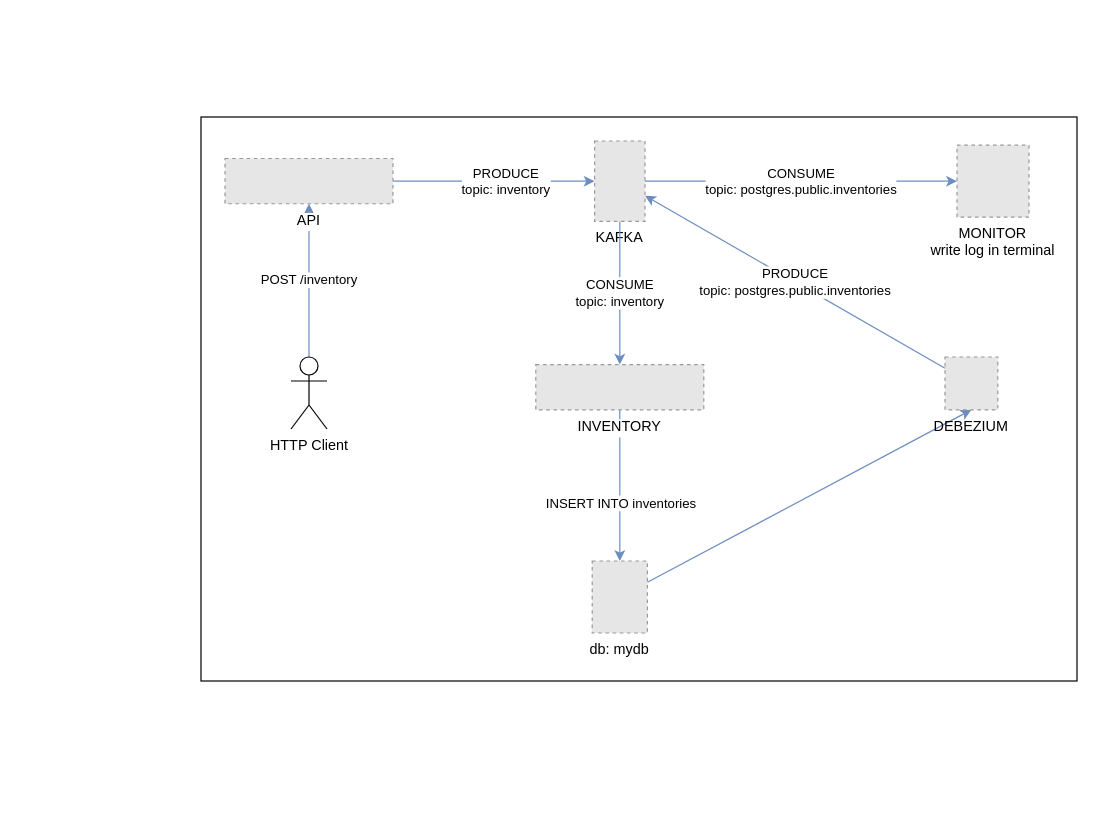
rgomide/systems-integration-with-kafka keeps this draw.io diagram as assets/diagram/systemArchitecture.drawio. Above is the earlier version. Source tidied: cells renumbered, new cells numbered last; positions are measured from the earlier drawing's top-left corner, leaving out a move shared by most shapes. Both pictures are drawn from the tidied source at 120%, with x=0, y=0 at pixel (200, 116). Pictures stored in the file or linked from it are replaced by grey dashed boxes.
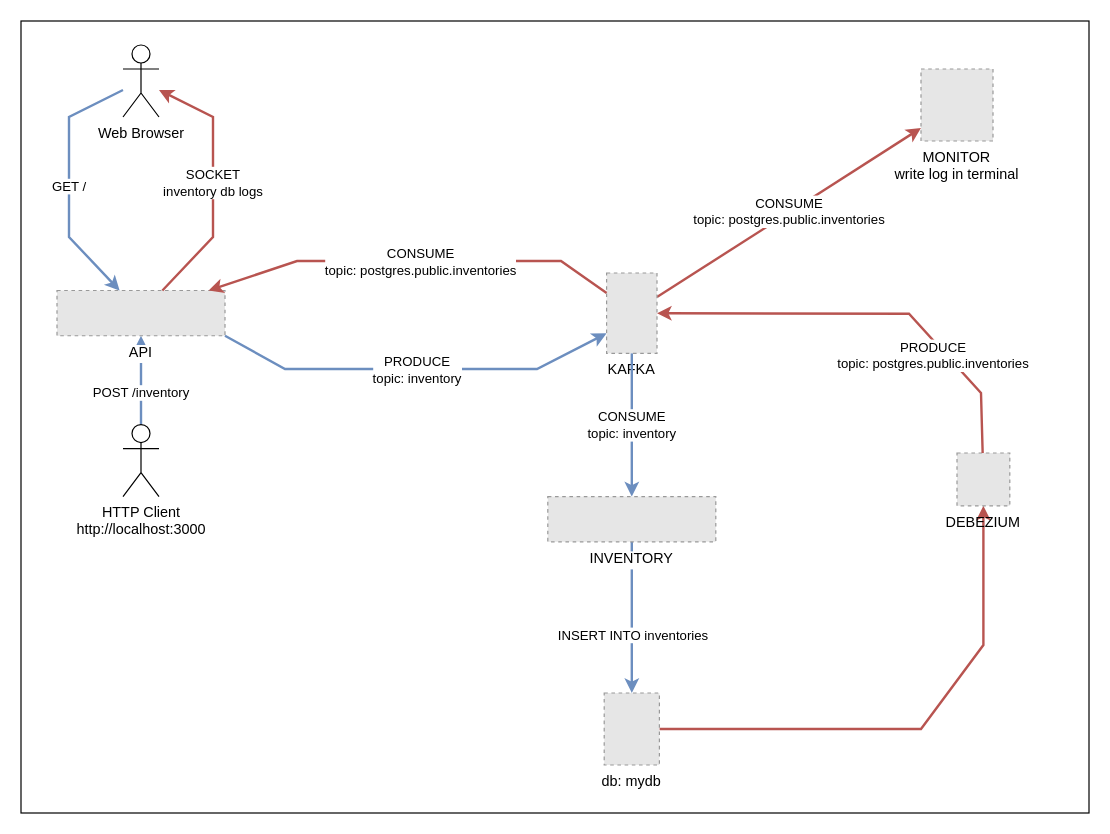
The same page after the edit.

The edit, as a diff of the source:
```diff
@@
-    <mxCell id="2" style="rounded=0;whiteSpace=wrap;html=1;" parent="1" vertex="1">
-      <mxGeometry width="730" height="470" as="geometry" />
-    </mxCell>
+    <mxCell id="18" style="rounded=0;whiteSpace=wrap;html=1;" parent="1" vertex="1">
+      <mxGeometry x="-150" y="-80" width="890" height="660" as="geometry" />
+    </mxCell>
-    <mxCell id="3" style="rounded=0;jettySize=auto;html=1;entryX=0.5;entryY=1;entryDx=0;entryDy=0;fillColor=#dae8fc;strokeColor=#6c8ebf;" parent="1" edge="1" source="4" target="15">
-      <mxGeometry relative="1" as="geometry" />
+    <mxCell id="3" style="rounded=0;jettySize=auto;html=1;entryX=0.5;entryY=1;entryDx=0;entryDy=0;fillColor=#f8cecc;strokeColor=#b85450;strokeWidth=2;" parent="1" edge="1" source="4" target="15">
+      <mxGeometry relative="1" as="geometry">
+        <Array as="points">
+          <mxPoint x="600" y="510" />
+          <mxPoint x="652" y="440" />
+        </Array>
+      </mxGeometry>
     </mxCell>
     <mxCell id="4" value="db: mydb" style="fillColor=#E6E6E6;strokeColor=#999999;dashed=1;verticalLabelPosition=bottom;labelBackgroundColor=#ffffff;verticalAlign=top;" parent="1" vertex="1">
-      <mxGeometry x="326" y="370" width="46" height="60" as="geometry" />
+      <mxGeometry x="336" y="480" width="46" height="60" as="geometry" />
     </mxCell>
-    <mxCell id="5" style="rounded=0;jettySize=auto;html=1;exitX=1;exitY=0.5;exitDx=0;exitDy=0;fillColor=#dae8fc;strokeColor=#6c8ebf;" parent="1" edge="1" source="11" target="10">
-      <mxGeometry relative="1" as="geometry" />
+    <mxCell id="5" style="rounded=0;jettySize=auto;html=1;exitX=1;exitY=1;exitDx=0;exitDy=0;fillColor=#dae8fc;strokeColor=#6c8ebf;strokeWidth=2;entryX=0;entryY=0.75;entryDx=0;entryDy=0;" parent="1" edge="1" source="11" target="10">
+      <mxGeometry relative="1" as="geometry">
+        <Array as="points">
+          <mxPoint x="70" y="210" />
+          <mxPoint x="280" y="210" />
+        </Array>
+      </mxGeometry>
     </mxCell>
     <mxCell id="6" value="PRODUCE&lt;br&gt;topic: inventory" style="edgeLabel;html=1;align=center;verticalAlign=middle;" parent="5" vertex="1">
-      <mxGeometry x="0.12" relative="1" as="geometry" />
+      <mxGeometry x="0.12" relative="1" as="geometry">
+        <mxPoint x="-19" as="offset" />
+      </mxGeometry>
     </mxCell>
-    <mxCell id="7" value="POST /inventory" style="rounded=0;jettySize=auto;html=1;entryX=0.5;entryY=1;entryDx=0;entryDy=0;strokeColor=#6c8ebf;fillColor=#dae8fc;" parent="1" edge="1" source="8" target="11">
-      <mxGeometry relative="1" as="geometry" />
+    <mxCell id="7" value="POST /inventory" style="rounded=0;jettySize=auto;html=1;entryX=0.5;entryY=1;entryDx=0;entryDy=0;strokeColor=#6c8ebf;fillColor=#dae8fc;strokeWidth=2;" parent="1" edge="1" source="8" target="11">
+      <mxGeometry x="-0.29" relative="1" as="geometry" />
     </mxCell>
-    <mxCell id="8" value="HTTP Client&lt;div&gt;&lt;br&gt;&lt;/div&gt;" style="shape=umlActor;verticalLabelPosition=bottom;verticalAlign=top;html=1;outlineConnect=0;" parent="1" vertex="1">
-      <mxGeometry x="75" y="200" width="30" height="60" as="geometry" />
+    <mxCell id="8" value="HTTP Client&lt;div&gt;http://localhost:3000&lt;/div&gt;" style="shape=umlActor;verticalLabelPosition=bottom;verticalAlign=top;html=1;outlineConnect=0;" parent="1" vertex="1">
+      <mxGeometry x="-65" y="256.3" width="30" height="60" as="geometry" />
     </mxCell>
-    <mxCell id="9" value="CONSUME&lt;br&gt;topic: postgres.public.inventories" style="rounded=0;jettySize=auto;html=1;fillColor=#dae8fc;strokeColor=#6c8ebf;" parent="1" edge="1" source="10" target="16">
+    <mxCell id="9" value="CONSUME&lt;br&gt;topic: postgres.public.inventories" style="rounded=0;jettySize=auto;html=1;fillColor=#f8cecc;strokeColor=#b85450;strokeWidth=2;" parent="1" edge="1" source="10" target="16">
       <mxGeometry relative="1" as="geometry" />
     </mxCell>
     <mxCell id="10" value="KAFKA" style="fillColor=#E6E6E6;strokeColor=#999999;dashed=1;verticalLabelPosition=bottom;labelBackgroundColor=#ffffff;verticalAlign=top;" parent="1" vertex="1">
-      <mxGeometry x="328" y="20" width="42" height="67" as="geometry" />
+      <mxGeometry x="338" y="130" width="42" height="67" as="geometry" />
     </mxCell>
     <mxCell id="11" value="API" style="fillColor=#E6E6E6;strokeColor=#999999;dashed=1;verticalLabelPosition=bottom;labelBackgroundColor=#ffffff;verticalAlign=top;" parent="1" vertex="1">
-      <mxGeometry x="20" y="34.6" width="140" height="37.7" as="geometry" />
+      <mxGeometry x="-120" y="144.6" width="140" height="37.7" as="geometry" />
     </mxCell>
-    <mxCell id="12" value="CONSUME&lt;br&gt;topic: inventory" style="rounded=0;jettySize=auto;html=1;fillColor=#dae8fc;strokeColor=#6c8ebf;" parent="1" edge="1" source="10" target="14">
+    <mxCell id="12" value="CONSUME&lt;br&gt;topic: inventory" style="rounded=0;jettySize=auto;html=1;fillColor=#dae8fc;strokeColor=#6c8ebf;strokeWidth=2;" parent="1" edge="1" source="10" target="14">
       <mxGeometry relative="1" as="geometry" />
     </mxCell>
-    <mxCell id="13" value="INSERT INTO inventories" style="edgeStyle=orthogonalEdgeStyle;rounded=0;jettySize=auto;html=1;fillColor=#dae8fc;strokeColor=#6c8ebf;" parent="1" edge="1" source="14" target="4">
+    <mxCell id="13" value="INSERT INTO inventories" style="edgeStyle=orthogonalEdgeStyle;rounded=0;jettySize=auto;html=1;fillColor=#dae8fc;strokeColor=#6c8ebf;strokeWidth=2;" parent="1" edge="1" source="14" target="4">
       <mxGeometry x="0.24" y="1" relative="1" as="geometry" />
     </mxCell>
     <mxCell id="14" value="INVENTORY" style="fillColor=#E6E6E6;strokeColor=#999999;dashed=1;verticalLabelPosition=bottom;labelBackgroundColor=#ffffff;verticalAlign=top;" parent="1" vertex="1">
-      <mxGeometry x="279" y="206.3" width="140" height="37.7" as="geometry" />
+      <mxGeometry x="289" y="316.3" width="140" height="37.7" as="geometry" />
     </mxCell>
     <mxCell id="15" value="DEBEZIUM" style="fillColor=#E6E6E6;strokeColor=#999999;dashed=1;verticalLabelPosition=bottom;verticalAlign=top;" parent="1" vertex="1">
-      <mxGeometry x="620" y="200" width="44" height="44" as="geometry" />
+      <mxGeometry x="630" y="280" width="44" height="44" as="geometry" />
     </mxCell>
     <mxCell id="16" value="MONITOR&#10;write log in terminal" style="fillColor=#E6E6E6;strokeColor=#999999;dashed=1;verticalLabelPosition=bottom;verticalAlign=top;" parent="1" vertex="1">
-      <mxGeometry x="630" y="23.5" width="60" height="60" as="geometry" />
+      <mxGeometry x="600" y="-40" width="60" height="60" as="geometry" />
     </mxCell>
-    <mxCell id="17" value="PRODUCE&lt;br&gt;topic: postgres.public.inventories" style="rounded=0;jettySize=auto;html=1;fillColor=#dae8fc;strokeColor=#6c8ebf;" parent="1" edge="1" source="15" target="10">
-      <mxGeometry relative="1" as="geometry" />
+    <mxCell id="17" value="PRODUCE&lt;br&gt;topic: postgres.public.inventories" style="rounded=0;jettySize=auto;html=1;fillColor=#f8cecc;strokeColor=#b85450;strokeWidth=2;" parent="1" edge="1" source="15" target="10">
+      <mxGeometry x="-0.43" y="9" relative="1" as="geometry">
+        <Array as="points">
+          <mxPoint x="650" y="230" />
+          <mxPoint x="590" y="164" />
+        </Array>
+      </mxGeometry>
     </mxCell>
+    <mxCell id="19" style="rounded=0;jettySize=auto;html=1;exitX=0;exitY=0.25;exitDx=0;exitDy=0;fillColor=#f8cecc;strokeColor=#b85450;strokeWidth=2;" parent="1" edge="1" source="10" target="11">
+      <mxGeometry relative="1" as="geometry">
+        <Array as="points">
+          <mxPoint x="300" y="120" />
+          <mxPoint x="80" y="120" />
+        </Array>
+      </mxGeometry>
+    </mxCell>
+    <mxCell id="20" value="CONSUME&lt;br&gt;topic: postgres.public.inventories" style="edgeLabel;html=1;align=center;verticalAlign=middle;" parent="19" vertex="1">
+      <mxGeometry x="0.12" relative="1" as="geometry">
+        <mxPoint x="29" as="offset" />
+      </mxGeometry>
+    </mxCell>
+    <mxCell id="21" value="Web Browser" style="shape=umlActor;verticalLabelPosition=bottom;verticalAlign=top;html=1;outlineConnect=0;" parent="1" vertex="1">
+      <mxGeometry x="-65" y="-60" width="30" height="60" as="geometry" />
+    </mxCell>
+    <mxCell id="22" value="GET /" style="rounded=0;jettySize=auto;html=1;strokeColor=#6c8ebf;fillColor=#dae8fc;strokeWidth=2;" parent="1" edge="1" source="21" target="11">
+      <mxGeometry x="0.02" relative="1" as="geometry">
+        <Array as="points">
+          <mxPoint x="-110" />
+          <mxPoint x="-110" y="100" />
+        </Array>
+      </mxGeometry>
+    </mxCell>
+    <mxCell id="23" value="SOCKET&lt;div&gt;inventory db logs&lt;/div&gt;" style="rounded=0;jettySize=auto;html=1;strokeColor=#b85450;fillColor=#f8cecc;strokeWidth=2;" parent="1" edge="1" source="11" target="21">
+      <mxGeometry relative="1" as="geometry">
+        <Array as="points">
+          <mxPoint x="10" y="100" />
+          <mxPoint x="10" />
+        </Array>
+      </mxGeometry>
+    </mxCell>
```
